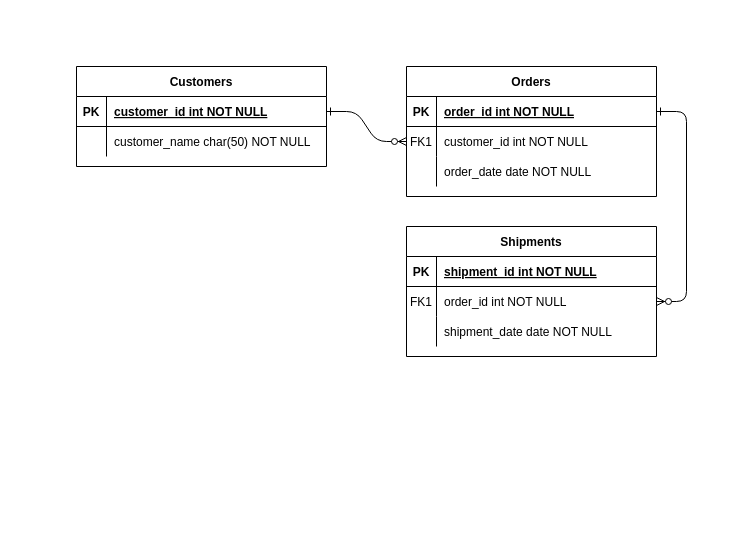
jjjjose/benja keeps this draw.io diagram as Diagrama sin título.drawio. Above is the earlier version. Source tidied: cells renumbered, new cells numbered last; positions are measured from the earlier drawing's top-left corner, leaving out a move shared by most shapes. Both pictures are drawn from the tidied source at 100%, with x=0, y=0 at pixel (76, 66).
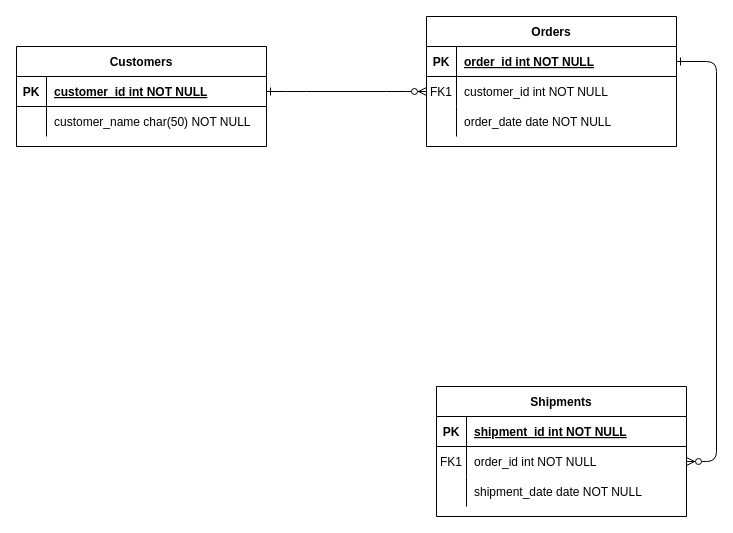
Above is the later version.

Change to the diagram source:
```diff
@@
-    <mxCell id="2" style="edgeStyle=entityRelationEdgeStyle;endArrow=ERzeroToMany;startArrow=ERone;endFill=1;startFill=0;" parent="1" edge="1" source="25" target="8">
+    <mxCell id="2" style="edgeStyle=entityRelationEdgeStyle;endArrow=ERzeroToMany;startArrow=ERone;endFill=1;startFill=0;labelBackgroundColor=none;fontColor=default;" parent="1" edge="1" source="25" target="8">
       <mxGeometry relative="1" as="geometry" />
     </mxCell>
-    <mxCell id="3" style="edgeStyle=entityRelationEdgeStyle;endArrow=ERzeroToMany;startArrow=ERone;endFill=1;startFill=0;" parent="1" edge="1" source="5" target="18">
+    <mxCell id="3" style="edgeStyle=entityRelationEdgeStyle;endArrow=ERzeroToMany;startArrow=ERone;endFill=1;startFill=0;labelBackgroundColor=none;fontColor=default;rounded=1;" parent="1" edge="1" source="5" target="18">
       <mxGeometry relative="1" as="geometry" />
     </mxCell>
-    <mxCell id="4" value="Orders" style="shape=table;startSize=30;childLayout=tableLayout;rowLines=0;fontStyle=1;align=center;" parent="1" vertex="1">
-      <mxGeometry x="330" width="250" height="130" as="geometry" />
+    <mxCell id="4" value="Orders" style="shape=table;startSize=30;childLayout=tableLayout;rowLines=0;fontStyle=1;align=center;labelBackgroundColor=none;" parent="1" vertex="1">
+      <mxGeometry x="350" y="-50" width="250" height="130" as="geometry" />
     </mxCell>
-    <mxCell id="5" style="shape=partialRectangle;fillColor=none;points=[[0,0.5],[1,0.5]];portConstraint=eastwest;top=0;left=0;right=0;bottom=1;" parent="4" vertex="1">
+    <mxCell id="5" style="shape=partialRectangle;fillColor=none;points=[[0,0.5],[1,0.5]];portConstraint=eastwest;top=0;left=0;right=0;bottom=1;labelBackgroundColor=none;" parent="4" vertex="1">
       <mxGeometry y="30" width="250" height="30" as="geometry" />
     </mxCell>
-    <mxCell id="6" value="PK" style="shape=partialRectangle;overflow=hidden;fillColor=none;top=0;left=0;bottom=0;right=0;fontStyle=1;" parent="5" vertex="1">
+    <mxCell id="6" value="PK" style="shape=partialRectangle;overflow=hidden;fillColor=none;top=0;left=0;bottom=0;right=0;fontStyle=1;labelBackgroundColor=none;" parent="5" vertex="1">
       <mxGeometry width="30" height="30" as="geometry" />
     </mxCell>
-    <mxCell id="7" value="order_id int NOT NULL " style="shape=partialRectangle;overflow=hidden;fillColor=none;top=0;left=0;bottom=0;right=0;align=left;spacingLeft=6;fontStyle=5;" parent="5" vertex="1">
+    <mxCell id="7" value="order_id int NOT NULL " style="shape=partialRectangle;overflow=hidden;fillColor=none;top=0;left=0;bottom=0;right=0;align=left;spacingLeft=6;fontStyle=5;labelBackgroundColor=none;" parent="5" vertex="1">
       <mxGeometry x="30" width="220" height="30" as="geometry" />
     </mxCell>
-    <mxCell id="8" style="shape=partialRectangle;fillColor=none;points=[[0,0.5],[1,0.5]];portConstraint=eastwest;top=0;left=0;right=0;bottom=0;" parent="4" vertex="1">
+    <mxCell id="8" style="shape=partialRectangle;fillColor=none;points=[[0,0.5],[1,0.5]];portConstraint=eastwest;top=0;left=0;right=0;bottom=0;labelBackgroundColor=none;" parent="4" vertex="1">
       <mxGeometry y="60" width="250" height="30" as="geometry" />
     </mxCell>
-    <mxCell id="9" value="FK1" style="shape=partialRectangle;overflow=hidden;fillColor=none;top=0;left=0;bottom=0;right=0;" parent="8" vertex="1">
+    <mxCell id="9" value="FK1" style="shape=partialRectangle;overflow=hidden;fillColor=none;top=0;left=0;bottom=0;right=0;labelBackgroundColor=none;" parent="8" vertex="1">
       <mxGeometry width="30" height="30" as="geometry" />
     </mxCell>
-    <mxCell id="10" value="customer_id int NOT NULL" style="shape=partialRectangle;overflow=hidden;fillColor=none;top=0;left=0;bottom=0;right=0;align=left;spacingLeft=6;" parent="8" vertex="1">
+    <mxCell id="10" value="customer_id int NOT NULL" style="shape=partialRectangle;overflow=hidden;fillColor=none;top=0;left=0;bottom=0;right=0;align=left;spacingLeft=6;labelBackgroundColor=none;" parent="8" vertex="1">
       <mxGeometry x="30" width="220" height="30" as="geometry" />
     </mxCell>
-    <mxCell id="11" style="shape=partialRectangle;fillColor=none;top=0;left=0;right=0;bottom=0;" parent="4" vertex="1">
+    <mxCell id="11" style="shape=partialRectangle;fillColor=none;top=0;left=0;right=0;bottom=0;labelBackgroundColor=none;" parent="4" vertex="1">
       <mxGeometry y="90" width="250" height="30" as="geometry" />
     </mxCell>
-    <mxCell id="12" style="shape=partialRectangle;overflow=hidden;fillColor=none;top=0;left=0;bottom=0;right=0;" parent="11" vertex="1">
+    <mxCell id="12" style="shape=partialRectangle;overflow=hidden;fillColor=none;top=0;left=0;bottom=0;right=0;labelBackgroundColor=none;" parent="11" vertex="1">
       <mxGeometry width="30" height="30" as="geometry" />
     </mxCell>
-    <mxCell id="13" value="order_date date NOT NULL" style="shape=partialRectangle;overflow=hidden;fillColor=none;top=0;left=0;bottom=0;right=0;align=left;spacingLeft=6;" parent="11" vertex="1">
+    <mxCell id="13" value="order_date date NOT NULL" style="shape=partialRectangle;overflow=hidden;fillColor=none;top=0;left=0;bottom=0;right=0;align=left;spacingLeft=6;labelBackgroundColor=none;" parent="11" vertex="1">
       <mxGeometry x="30" width="220" height="30" as="geometry" />
     </mxCell>
-    <mxCell id="14" value="Shipments" style="shape=table;startSize=30;childLayout=tableLayout;rowLines=0;fontStyle=1;align=center;" parent="1" vertex="1">
-      <mxGeometry x="330" y="160" width="250" height="130" as="geometry" />
+    <mxCell id="14" value="Shipments" style="shape=table;startSize=30;childLayout=tableLayout;rowLines=0;fontStyle=1;align=center;labelBackgroundColor=none;" parent="1" vertex="1">
+      <mxGeometry x="360" y="320" width="250" height="130" as="geometry" />
     </mxCell>
-    <mxCell id="15" style="shape=partialRectangle;fillColor=none;top=0;left=0;right=0;bottom=1;" parent="14" vertex="1">
+    <mxCell id="15" style="shape=partialRectangle;fillColor=none;top=0;left=0;right=0;bottom=1;labelBackgroundColor=none;" parent="14" vertex="1">
       <mxGeometry y="30" width="250" height="30" as="geometry" />
     </mxCell>
-    <mxCell id="16" value="PK" style="shape=partialRectangle;overflow=hidden;fillColor=none;top=0;left=0;bottom=0;right=0;fontStyle=1;" parent="15" vertex="1">
+    <mxCell id="16" value="PK" style="shape=partialRectangle;overflow=hidden;fillColor=none;top=0;left=0;bottom=0;right=0;fontStyle=1;labelBackgroundColor=none;" parent="15" vertex="1">
       <mxGeometry width="30" height="30" as="geometry" />
     </mxCell>
-    <mxCell id="17" value="shipment_id int NOT NULL " style="shape=partialRectangle;overflow=hidden;fillColor=none;top=0;left=0;bottom=0;right=0;align=left;spacingLeft=6;fontStyle=5;" parent="15" vertex="1">
+    <mxCell id="17" value="shipment_id int NOT NULL " style="shape=partialRectangle;overflow=hidden;fillColor=none;top=0;left=0;bottom=0;right=0;align=left;spacingLeft=6;fontStyle=5;labelBackgroundColor=none;" parent="15" vertex="1">
       <mxGeometry x="30" width="220" height="30" as="geometry" />
     </mxCell>
-    <mxCell id="18" style="shape=partialRectangle;fillColor=none;points=[[0,0.5],[1,0.5]];portConstraint=eastwest;top=0;left=0;right=0;bottom=0;" parent="14" vertex="1">
+    <mxCell id="18" style="shape=partialRectangle;fillColor=none;points=[[0,0.5],[1,0.5]];portConstraint=eastwest;top=0;left=0;right=0;bottom=0;labelBackgroundColor=none;" parent="14" vertex="1">
       <mxGeometry y="60" width="250" height="30" as="geometry" />
     </mxCell>
-    <mxCell id="19" value="FK1" style="shape=partialRectangle;overflow=hidden;fillColor=none;top=0;left=0;bottom=0;right=0;" parent="18" vertex="1">
+    <mxCell id="19" value="FK1" style="shape=partialRectangle;overflow=hidden;fillColor=none;top=0;left=0;bottom=0;right=0;labelBackgroundColor=none;" parent="18" vertex="1">
       <mxGeometry width="30" height="30" as="geometry" />
     </mxCell>
-    <mxCell id="20" value="order_id int NOT NULL" style="shape=partialRectangle;overflow=hidden;fillColor=none;top=0;left=0;bottom=0;right=0;align=left;spacingLeft=6;" parent="18" vertex="1">
+    <mxCell id="20" value="order_id int NOT NULL" style="shape=partialRectangle;overflow=hidden;fillColor=none;top=0;left=0;bottom=0;right=0;align=left;spacingLeft=6;labelBackgroundColor=none;" parent="18" vertex="1">
       <mxGeometry x="30" width="220" height="30" as="geometry" />
     </mxCell>
-    <mxCell id="21" style="shape=partialRectangle;fillColor=none;top=0;left=0;right=0;bottom=0;" parent="14" vertex="1">
+    <mxCell id="21" style="shape=partialRectangle;fillColor=none;top=0;left=0;right=0;bottom=0;labelBackgroundColor=none;" parent="14" vertex="1">
       <mxGeometry y="90" width="250" height="30" as="geometry" />
     </mxCell>
-    <mxCell id="22" style="shape=partialRectangle;overflow=hidden;fillColor=none;top=0;left=0;bottom=0;right=0;" parent="21" vertex="1">
+    <mxCell id="22" style="shape=partialRectangle;overflow=hidden;fillColor=none;top=0;left=0;bottom=0;right=0;labelBackgroundColor=none;" parent="21" vertex="1">
       <mxGeometry width="30" height="30" as="geometry" />
     </mxCell>
-    <mxCell id="23" value="shipment_date date NOT NULL" style="shape=partialRectangle;overflow=hidden;fillColor=none;top=0;left=0;bottom=0;right=0;align=left;spacingLeft=6;" parent="21" vertex="1">
+    <mxCell id="23" value="shipment_date date NOT NULL" style="shape=partialRectangle;overflow=hidden;fillColor=none;top=0;left=0;bottom=0;right=0;align=left;spacingLeft=6;labelBackgroundColor=none;" parent="21" vertex="1">
       <mxGeometry x="30" width="220" height="30" as="geometry" />
     </mxCell>
-    <mxCell id="24" value="Customers" style="shape=table;startSize=30;childLayout=tableLayout;rowLines=0;fontStyle=1;align=center;" parent="1" vertex="1">
-      <mxGeometry width="250" height="100" as="geometry" />
+    <mxCell id="24" value="Customers" style="shape=table;startSize=30;childLayout=tableLayout;rowLines=0;fontStyle=1;align=center;labelBackgroundColor=none;" parent="1" vertex="1">
+      <mxGeometry x="-60" y="-20" width="250" height="100" as="geometry" />
     </mxCell>
-    <mxCell id="25" style="shape=partialRectangle;fillColor=none;points=[[0,0.5],[1,0.5]];portConstraint=eastwest;top=0;left=0;right=0;bottom=1;" parent="24" vertex="1">
+    <mxCell id="25" style="shape=partialRectangle;fillColor=none;points=[[0,0.5],[1,0.5]];portConstraint=eastwest;top=0;left=0;right=0;bottom=1;labelBackgroundColor=none;" parent="24" vertex="1">
       <mxGeometry y="30" width="250" height="30" as="geometry" />
     </mxCell>
-    <mxCell id="26" value="PK" style="shape=partialRectangle;overflow=hidden;fillColor=none;top=0;left=0;bottom=0;right=0;fontStyle=1;" parent="25" vertex="1">
+    <mxCell id="26" value="PK" style="shape=partialRectangle;overflow=hidden;fillColor=none;top=0;left=0;bottom=0;right=0;fontStyle=1;labelBackgroundColor=none;" parent="25" vertex="1">
       <mxGeometry width="30" height="30" as="geometry" />
     </mxCell>
-    <mxCell id="27" value="customer_id int NOT NULL " style="shape=partialRectangle;overflow=hidden;fillColor=none;top=0;left=0;bottom=0;right=0;align=left;spacingLeft=6;fontStyle=5;" parent="25" vertex="1">
+    <mxCell id="27" value="customer_id int NOT NULL " style="shape=partialRectangle;overflow=hidden;fillColor=none;top=0;left=0;bottom=0;right=0;align=left;spacingLeft=6;fontStyle=5;labelBackgroundColor=none;" parent="25" vertex="1">
       <mxGeometry x="30" width="220" height="30" as="geometry" />
     </mxCell>
-    <mxCell id="28" style="shape=partialRectangle;fillColor=none;top=0;left=0;right=0;bottom=0;" parent="24" vertex="1">
+    <mxCell id="28" style="shape=partialRectangle;fillColor=none;top=0;left=0;right=0;bottom=0;labelBackgroundColor=none;" parent="24" vertex="1">
       <mxGeometry y="60" width="250" height="30" as="geometry" />
     </mxCell>
-    <mxCell id="29" style="shape=partialRectangle;overflow=hidden;fillColor=none;top=0;left=0;bottom=0;right=0;" parent="28" vertex="1">
+    <mxCell id="29" style="shape=partialRectangle;overflow=hidden;fillColor=none;top=0;left=0;bottom=0;right=0;labelBackgroundColor=none;" parent="28" vertex="1">
       <mxGeometry width="30" height="30" as="geometry" />
     </mxCell>
-    <mxCell id="30" value="customer_name char(50) NOT NULL" style="shape=partialRectangle;overflow=hidden;fillColor=none;top=0;left=0;bottom=0;right=0;align=left;spacingLeft=6;" parent="28" vertex="1">
+    <mxCell id="30" value="customer_name char(50) NOT NULL" style="shape=partialRectangle;overflow=hidden;fillColor=none;top=0;left=0;bottom=0;right=0;align=left;spacingLeft=6;labelBackgroundColor=none;" parent="28" vertex="1">
       <mxGeometry x="30" width="220" height="30" as="geometry" />
     </mxCell>
```
